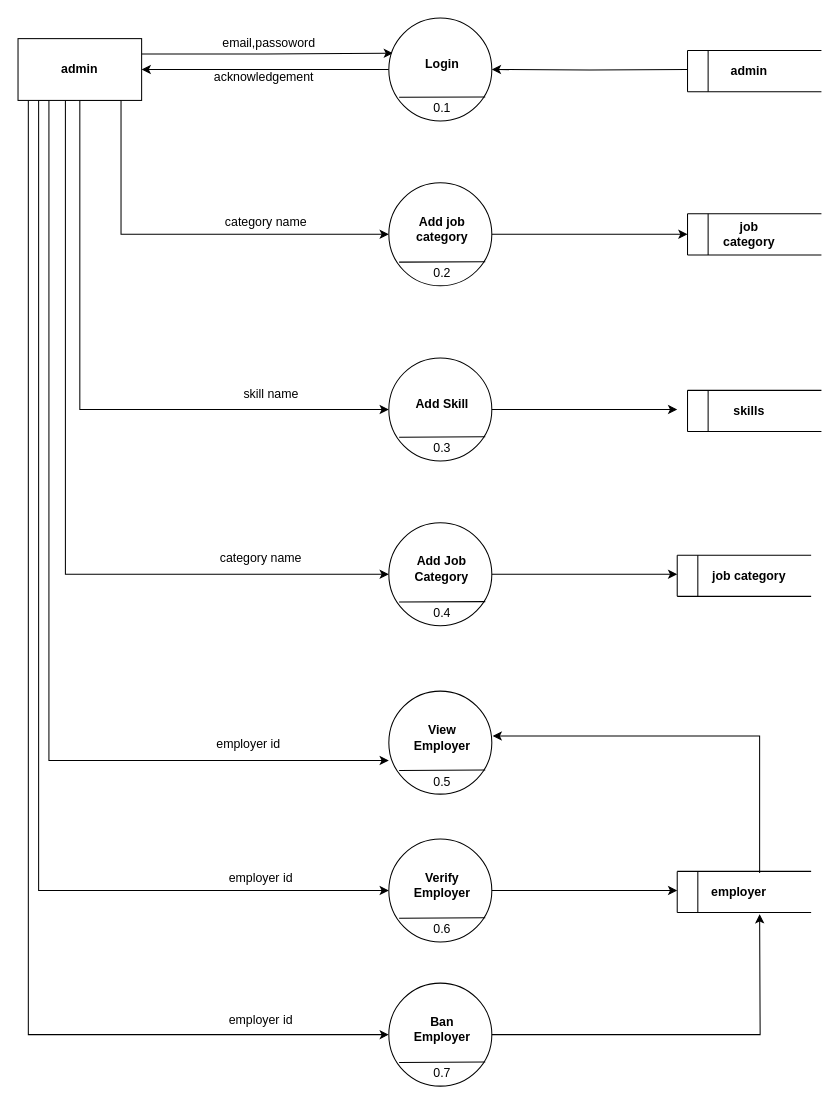
Earlier version of the draw.io diagram diagrams/draw.io/admin-dfd.drawio (binoy638/job-recommender-api). Source tidied: cells renumbered, new cells numbered last; positions are measured from the earlier drawing's top-left corner, leaving out a move shared by most shapes. Both pictures are drawn from the tidied source at 103%, with x=0, y=0 at pixel (18, 18).
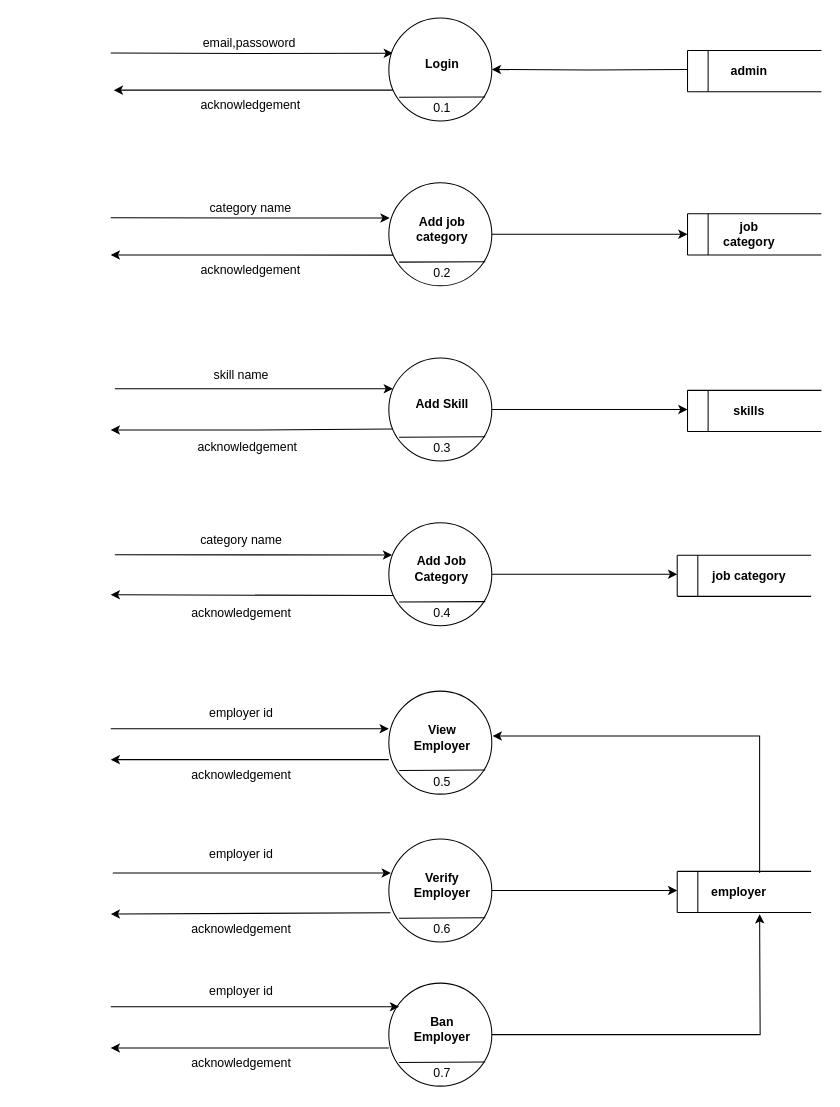
The same page after the edit.

Unchanged cells that the change refers to:
```xml
<mxCell id="20" style="ellipse;whiteSpace=wrap;html=1;" parent="19" vertex="1">
  <mxGeometry width="100" height="100" as="geometry" />
</mxCell>
<mxCell id="25" style="ellipse;whiteSpace=wrap;html=1;" parent="24" vertex="1">
  <mxGeometry width="100" height="100" as="geometry" />
</mxCell>
<mxCell id="36" style="ellipse;whiteSpace=wrap;html=1;" parent="35" vertex="1">
  <mxGeometry width="100" height="100" as="geometry" />
</mxCell>
<mxCell id="48" style="ellipse;whiteSpace=wrap;html=1;" parent="47" vertex="1">
  <mxGeometry width="100" height="100" as="geometry" />
</mxCell>
<mxCell id="60" style="ellipse;whiteSpace=wrap;html=1;" parent="59" vertex="1">
  <mxGeometry width="100" height="100" as="geometry" />
</mxCell>
<mxCell id="85" style="ellipse;whiteSpace=wrap;html=1;" parent="84" vertex="1">
  <mxGeometry width="100" height="100" as="geometry" />
</mxCell>
```

Change to the diagram source:
```diff
@@
-    <mxCell id="2" style="edgeStyle=orthogonalEdgeStyle;rounded=0;jettySize=auto;html=1;exitX=0;exitY=0.5;exitDx=0;exitDy=0;entryX=1;entryY=0.5;entryDx=0;entryDy=0;" parent="1" edge="1" source="20" target="10">
-      <mxGeometry relative="1" as="geometry" />
+    <mxCell id="2" style="edgeStyle=orthogonalEdgeStyle;rounded=0;orthogonalLoop=1;jettySize=auto;html=1;exitX=0.008;exitY=0.686;exitDx=0;exitDy=0;exitPerimeter=0;" parent="1" edge="1">
+      <mxGeometry relative="1" as="geometry">
+        <mxPoint x="363.8" y="68.6" as="sourcePoint" />
+        <mxPoint x="93" y="70" as="targetPoint" />
+        <Array as="points">
+          <mxPoint x="364" y="70" />
+        </Array>
+      </mxGeometry>
     </mxCell>
-    <mxCell id="3" style="edgeStyle=orthogonalEdgeStyle;rounded=0;jettySize=auto;html=1;exitX=1;exitY=0.25;exitDx=0;exitDy=0;entryX=0.04;entryY=0.342;entryDx=0;entryDy=0;entryPerimeter=0;" parent="1" edge="1" source="10" target="20">
-      <mxGeometry relative="1" as="geometry" />
+    <mxCell id="3" style="edgeStyle=orthogonalEdgeStyle;rounded=0;jettySize=auto;html=1;entryX=0.04;entryY=0.342;entryDx=0;entryDy=0;entryPerimeter=0;" parent="1" edge="1" target="20">
+      <mxGeometry relative="1" as="geometry">
+        <mxPoint x="90" y="34" as="sourcePoint" />
+      </mxGeometry>
     </mxCell>
-    <mxCell id="4" style="edgeStyle=orthogonalEdgeStyle;rounded=0;jettySize=auto;html=1;exitX=0.5;exitY=1;exitDx=0;exitDy=0;" parent="1" edge="1" source="10">
-      <mxGeometry relative="1" as="geometry">
-        <mxPoint x="360" y="210" as="targetPoint" />
-        <Array as="points">
-          <mxPoint x="100" y="80" />
-          <mxPoint x="100" y="210" />
-        </Array>
-      </mxGeometry>
-    </mxCell>
-    <mxCell id="5" style="edgeStyle=orthogonalEdgeStyle;rounded=0;jettySize=auto;html=1;" parent="1" edge="1" source="10">
-      <mxGeometry relative="1" as="geometry">
-        <mxPoint x="360" y="380" as="targetPoint" />
-        <Array as="points">
-          <mxPoint x="60" y="380" />
-        </Array>
-      </mxGeometry>
-    </mxCell>
-    <mxCell id="6" style="edgeStyle=orthogonalEdgeStyle;rounded=0;jettySize=auto;html=1;exitX=0.5;exitY=1;exitDx=0;exitDy=0;entryX=0;entryY=0.5;entryDx=0;entryDy=0;" parent="1" edge="1" target="60">
-      <mxGeometry relative="1" as="geometry">
-        <mxPoint x="56" y="80" as="sourcePoint" />
-        <Array as="points">
-          <mxPoint x="46" y="80" />
-          <mxPoint x="46" y="540" />
-        </Array>
-      </mxGeometry>
-    </mxCell>
-    <mxCell id="7" style="edgeStyle=orthogonalEdgeStyle;rounded=0;jettySize=auto;html=1;exitX=0.25;exitY=1;exitDx=0;exitDy=0;entryX=0;entryY=0.5;entryDx=0;entryDy=0;" parent="1" edge="1" source="10" target="48">
-      <mxGeometry relative="1" as="geometry">
-        <Array as="points">
-          <mxPoint x="20" y="80" />
-          <mxPoint x="20" y="847" />
-        </Array>
-      </mxGeometry>
-    </mxCell>
-    <mxCell id="8" style="edgeStyle=orthogonalEdgeStyle;rounded=0;jettySize=auto;html=1;exitX=0.25;exitY=1;exitDx=0;exitDy=0;" parent="1" edge="1" source="10">
-      <mxGeometry relative="1" as="geometry">
-        <mxPoint x="360" y="720.8" as="targetPoint" />
-        <Array as="points">
-          <mxPoint x="30" y="721" />
-        </Array>
-      </mxGeometry>
-    </mxCell>
-    <mxCell id="9" style="edgeStyle=orthogonalEdgeStyle;rounded=0;jettySize=auto;html=1;entryX=0;entryY=0.5;entryDx=0;entryDy=0;" parent="1" edge="1" source="10" target="85">
-      <mxGeometry relative="1" as="geometry">
-        <Array as="points">
-          <mxPoint x="10" y="987" />
-        </Array>
-      </mxGeometry>
-    </mxCell>
-    <mxCell id="10" value="&lt;b&gt;admin&lt;/b&gt;" style="rounded=0;whiteSpace=wrap;html=1;" parent="1" vertex="1">
-      <mxGeometry y="20" width="120" height="60" as="geometry" />
-    </mxCell>
@@
     <mxCell id="17" value="email,passoword&amp;nbsp;" style="text;html=1;strokeColor=none;fillColor=none;align=center;verticalAlign=middle;whiteSpace=wrap;rounded=0;" parent="1" vertex="1">
-      <mxGeometry x="150" y="10" width="191" height="30" as="geometry" />
+      <mxGeometry x="130.5" y="10" width="191" height="30" as="geometry" />
     </mxCell>
     <mxCell id="18" value="acknowledgement" style="text;html=1;strokeColor=none;fillColor=none;align=center;verticalAlign=middle;whiteSpace=wrap;rounded=0;" parent="1" vertex="1">
-      <mxGeometry x="206" y="43" width="66" height="30" as="geometry" />
+      <mxGeometry x="193" y="70" width="66" height="30" as="geometry" />
     </mxCell>
@@
     <mxCell id="40" style="edgeStyle=orthogonalEdgeStyle;rounded=0;jettySize=auto;html=1;" parent="1" edge="1" source="36">
       <mxGeometry relative="1" as="geometry">
-        <mxPoint x="640" y="380" as="targetPoint" />
+        <mxPoint x="650" y="380" as="targetPoint" />
       </mxGeometry>
     </mxCell>
     <mxCell id="41" value="skill name" style="text;html=1;strokeColor=none;fillColor=none;align=center;verticalAlign=middle;whiteSpace=wrap;rounded=0;" parent="1" vertex="1">
-      <mxGeometry x="158.5" y="350" width="174" height="30" as="geometry" />
+      <mxGeometry x="130" y="331.5" width="174" height="30" as="geometry" />
     </mxCell>
@@
     <mxCell id="58" value="category name" style="text;html=1;strokeColor=none;fillColor=none;align=center;verticalAlign=middle;whiteSpace=wrap;rounded=0;" parent="1" vertex="1">
-      <mxGeometry x="188" y="510" width="96" height="30" as="geometry" />
+      <mxGeometry x="169" y="491.5" width="96" height="30" as="geometry" />
     </mxCell>
@@
     <mxCell id="66" value="category name" style="text;html=1;strokeColor=none;fillColor=none;align=center;verticalAlign=middle;whiteSpace=wrap;rounded=0;" parent="1" vertex="1">
-      <mxGeometry x="174.5" y="183" width="132" height="30" as="geometry" />
+      <mxGeometry x="160" y="170" width="132" height="30" as="geometry" />
     </mxCell>
     <mxCell id="67" value="employer id" style="text;html=1;strokeColor=none;fillColor=none;align=center;verticalAlign=middle;whiteSpace=wrap;rounded=0;" parent="1" vertex="1">
-      <mxGeometry x="176" y="690" width="96" height="30" as="geometry" />
+      <mxGeometry x="169" y="660" width="96" height="30" as="geometry" />
     </mxCell>
     <mxCell id="68" value="employer id" style="text;html=1;strokeColor=none;fillColor=none;align=center;verticalAlign=middle;whiteSpace=wrap;rounded=0;" parent="1" vertex="1">
-      <mxGeometry x="188" y="820" width="96" height="30" as="geometry" />
+      <mxGeometry x="169" y="797" width="96" height="30" as="geometry" />
     </mxCell>
@@
     <mxCell id="89" value="employer id" style="text;html=1;strokeColor=none;fillColor=none;align=center;verticalAlign=middle;whiteSpace=wrap;rounded=0;" parent="1" vertex="1">
-      <mxGeometry x="188" y="958" width="96" height="30" as="geometry" />
+      <mxGeometry x="169" y="930" width="96" height="30" as="geometry" />
     </mxCell>
@@
+    <mxCell id="91" style="endArrow=classic;html=1;rounded=0;entryX=0.008;entryY=0.342;entryDx=0;entryDy=0;entryPerimeter=0;" parent="1" edge="1" target="25">
+      <mxGeometry relative="1" as="geometry">
+        <mxPoint x="90" y="194" as="sourcePoint" />
+      </mxGeometry>
+    </mxCell>
+    <mxCell id="92" style="endArrow=classic;html=1;rounded=0;exitX=0.04;exitY=0.702;exitDx=0;exitDy=0;exitPerimeter=0;" parent="1" edge="1" source="25">
+      <mxGeometry relative="1" as="geometry">
+        <mxPoint x="90" y="230" as="targetPoint" />
+      </mxGeometry>
+    </mxCell>
+    <mxCell id="93" style="endArrow=classic;html=1;rounded=0;exitX=0.008;exitY=0.69;exitDx=0;exitDy=0;exitPerimeter=0;" parent="1" edge="1">
+      <mxGeometry relative="1" as="geometry">
+        <mxPoint x="363.8" y="399" as="sourcePoint" />
+        <mxPoint x="90" y="400" as="targetPoint" />
+        <Array as="points">
+          <mxPoint x="233" y="400" />
+        </Array>
+      </mxGeometry>
+    </mxCell>
+    <mxCell id="94" style="endArrow=classic;html=1;rounded=0;" parent="1" edge="1">
+      <mxGeometry relative="1" as="geometry">
+        <mxPoint x="94" y="360" as="sourcePoint" />
+        <mxPoint x="364" y="360" as="targetPoint" />
+      </mxGeometry>
+    </mxCell>
+    <mxCell id="95" style="endArrow=classic;html=1;rounded=0;entryX=-0.008;entryY=0.314;entryDx=0;entryDy=0;entryPerimeter=0;" parent="1" edge="1">
+      <mxGeometry relative="1" as="geometry">
+        <mxPoint x="94" y="521" as="sourcePoint" />
+        <mxPoint x="363.2" y="521.4" as="targetPoint" />
+      </mxGeometry>
+    </mxCell>
+    <mxCell id="96" style="endArrow=classic;html=1;rounded=0;exitX=0.04;exitY=0.706;exitDx=0;exitDy=0;exitPerimeter=0;" parent="1" edge="1" source="60">
+      <mxGeometry relative="1" as="geometry">
+        <mxPoint x="90" y="560" as="targetPoint" />
+      </mxGeometry>
+    </mxCell>
+    <mxCell id="97" style="endArrow=classic;html=1;rounded=0;" parent="1" edge="1">
+      <mxGeometry relative="1" as="geometry">
+        <mxPoint x="90" y="690" as="sourcePoint" />
+        <mxPoint x="360" y="690" as="targetPoint" />
+      </mxGeometry>
+    </mxCell>
+    <mxCell id="98" style="endArrow=classic;html=1;rounded=0;" parent="1" edge="1">
+      <mxGeometry relative="1" as="geometry">
+        <mxPoint x="360" y="720" as="sourcePoint" />
+        <mxPoint x="90" y="720" as="targetPoint" />
+      </mxGeometry>
+    </mxCell>
+    <mxCell id="99" style="endArrow=classic;html=1;rounded=0;" parent="1" edge="1">
+      <mxGeometry relative="1" as="geometry">
+        <mxPoint x="92" y="830" as="sourcePoint" />
+        <mxPoint x="362" y="830" as="targetPoint" />
+      </mxGeometry>
+    </mxCell>
+    <mxCell id="100" style="endArrow=classic;html=1;rounded=0;exitX=0.016;exitY=0.716;exitDx=0;exitDy=0;exitPerimeter=0;" parent="1" edge="1" source="48">
+      <mxGeometry relative="1" as="geometry">
+        <mxPoint x="90" y="870" as="targetPoint" />
+      </mxGeometry>
+    </mxCell>
+    <mxCell id="101" style="endArrow=classic;html=1;rounded=0;" parent="1" edge="1">
+      <mxGeometry relative="1" as="geometry">
+        <mxPoint x="90" y="960" as="sourcePoint" />
+        <mxPoint x="370" y="960" as="targetPoint" />
+      </mxGeometry>
+    </mxCell>
+    <mxCell id="102" style="endArrow=classic;html=1;rounded=0;" parent="1" edge="1">
+      <mxGeometry relative="1" as="geometry">
+        <mxPoint x="360" y="1000" as="sourcePoint" />
+        <mxPoint x="90" y="1000" as="targetPoint" />
+      </mxGeometry>
+    </mxCell>
+    <mxCell id="103" value="acknowledgement" style="text;html=1;strokeColor=none;fillColor=none;align=center;verticalAlign=middle;whiteSpace=wrap;rounded=0;" parent="1" vertex="1">
+      <mxGeometry x="196" y="230" width="60" height="30" as="geometry" />
+    </mxCell>
+    <mxCell id="104" value="acknowledgement" style="text;html=1;strokeColor=none;fillColor=none;align=center;verticalAlign=middle;whiteSpace=wrap;rounded=0;" parent="1" vertex="1">
+      <mxGeometry x="193" y="401.5" width="60" height="30" as="geometry" />
+    </mxCell>
+    <mxCell id="105" value="acknowledgement" style="text;html=1;strokeColor=none;fillColor=none;align=center;verticalAlign=middle;whiteSpace=wrap;rounded=0;" parent="1" vertex="1">
+      <mxGeometry x="187" y="563" width="60" height="30" as="geometry" />
+    </mxCell>
+    <mxCell id="106" value="acknowledgement" style="text;html=1;strokeColor=none;fillColor=none;align=center;verticalAlign=middle;whiteSpace=wrap;rounded=0;" parent="1" vertex="1">
+      <mxGeometry x="187" y="720" width="60" height="30" as="geometry" />
+    </mxCell>
+    <mxCell id="107" value="acknowledgement" style="text;html=1;strokeColor=none;fillColor=none;align=center;verticalAlign=middle;whiteSpace=wrap;rounded=0;" parent="1" vertex="1">
+      <mxGeometry x="187" y="870" width="60" height="30" as="geometry" />
+    </mxCell>
+    <mxCell id="108" value="acknowledgement" style="text;html=1;strokeColor=none;fillColor=none;align=center;verticalAlign=middle;whiteSpace=wrap;rounded=0;" parent="1" vertex="1">
+      <mxGeometry x="187" y="1000" width="60" height="30" as="geometry" />
+    </mxCell>
```
